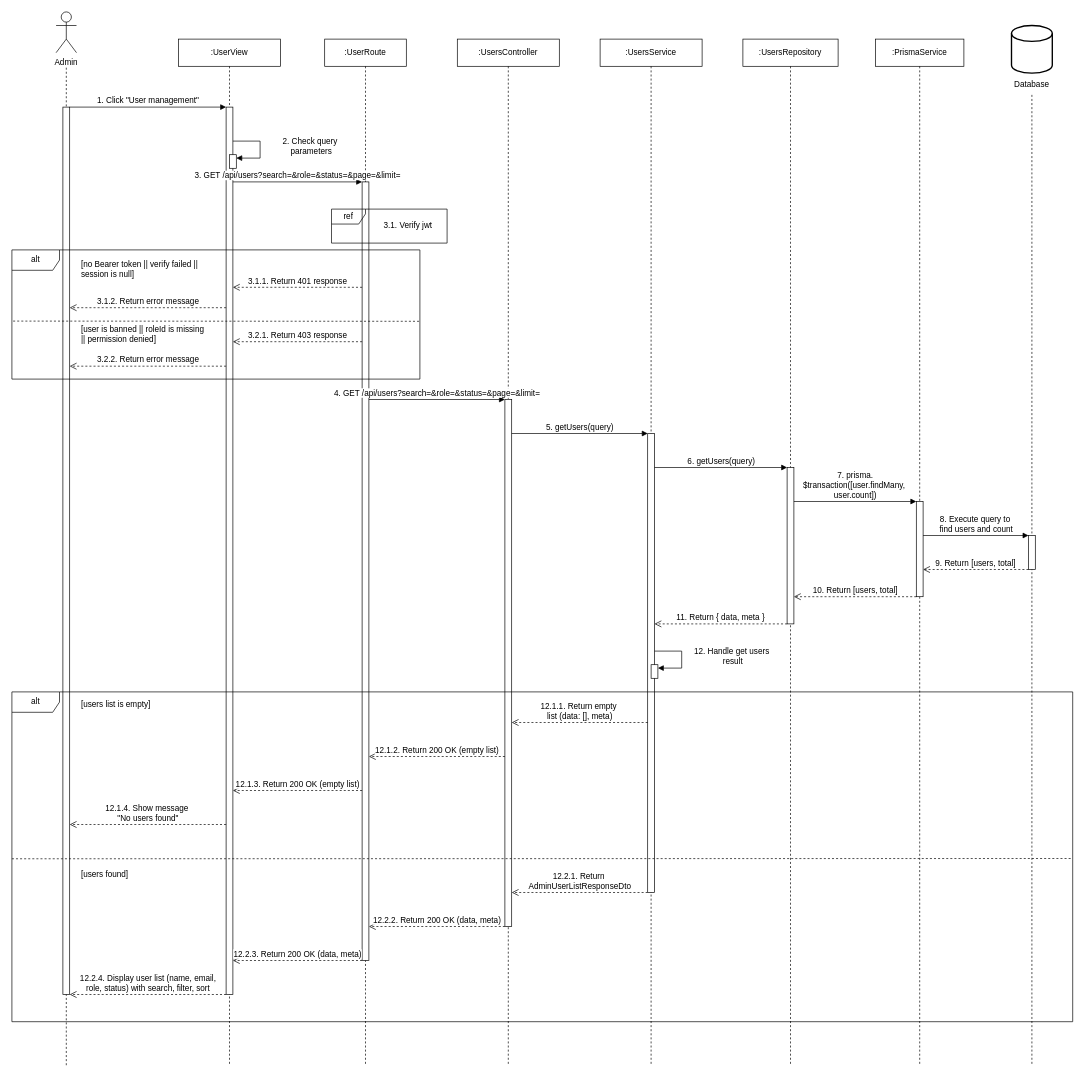
Earlier version of the draw.io diagram sequence-diagrams-remake/tthuan/UC-28.01-view-user-list.drawio (Thunggg/Frevia). Source tidied: cells renumbered, new cells numbered last; positions are measured from the earlier drawing's top-left corner, leaving out a move shared by most shapes. Both pictures are drawn from the tidied source at 68%, with x=0, y=0 at pixel (12, 12).
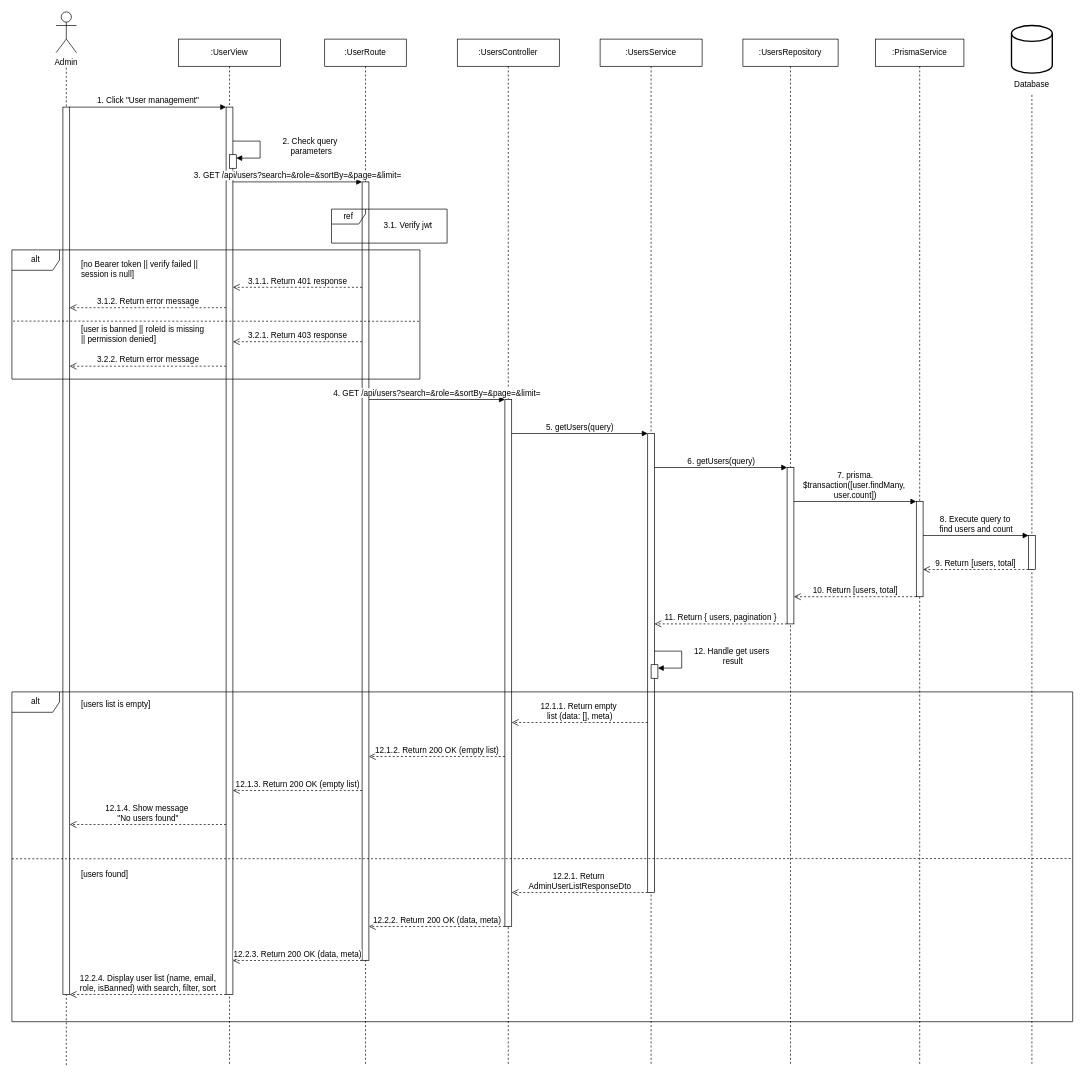
Above is the later version.

What changed in the source:
```diff
@@
-    <mxCell id="24" value="3. GET /api/users?search=&amp;role=&amp;status=&amp;page=&amp;limit=" style="html=1;verticalAlign=bottom;endArrow=block;curved=0;rounded=0;fontSize=12;" parent="1" edge="1">
+    <mxCell id="24" value="3. GET /api/users?search=&amp;role=&amp;sortBy=&amp;page=&amp;limit=" style="html=1;verticalAlign=bottom;endArrow=block;curved=0;rounded=0;fontSize=12;" parent="1" edge="1">
       <mxGeometry relative="1" as="geometry">
         <mxPoint x="325" y="250" as="sourcePoint" />
         <mxPoint x="515" y="250" as="targetPoint" />
       </mxGeometry>
     </mxCell>
@@
-    <mxCell id="35" value="4. GET /api/users?search=&amp;role=&amp;status=&amp;page=&amp;limit=" style="html=1;verticalAlign=bottom;endArrow=block;curved=0;rounded=0;fontSize=12;" parent="1" edge="1">
+    <mxCell id="35" value="4. GET /api/users?search=&amp;role=&amp;sortBy=&amp;page=&amp;limit=" style="html=1;verticalAlign=bottom;endArrow=block;curved=0;rounded=0;fontSize=12;" parent="1" edge="1">
       <mxGeometry relative="1" as="geometry">
         <mxPoint x="525" y="570" as="sourcePoint" />
         <mxPoint x="725" y="570" as="targetPoint" />
       </mxGeometry>
     </mxCell>
@@
-    <mxCell id="42" value="11. Return { data, meta }" style="html=1;verticalAlign=bottom;endArrow=open;dashed=1;endSize=8;curved=0;rounded=0;fontSize=12;" parent="1" edge="1">
+    <mxCell id="42" value="11. Return { users, pagination }" style="html=1;verticalAlign=bottom;endArrow=open;dashed=1;endSize=8;curved=0;rounded=0;fontSize=12;" parent="1" edge="1">
       <mxGeometry relative="1" as="geometry">
         <mxPoint x="1140" y="900" as="sourcePoint" />
         <mxPoint x="945" y="900" as="targetPoint" />
       </mxGeometry>
     </mxCell>
@@
-    <mxCell id="56" value="12.2.4. Display user list (name, email,&lt;br&gt;role, status) with search, filter, sort" style="html=1;verticalAlign=bottom;endArrow=open;dashed=1;endSize=8;curved=0;rounded=0;fontSize=12;" parent="1" edge="1">
+    <mxCell id="56" value="12.2.4. Display user list (name, email,&lt;br&gt;role, isBanned) with search, filter, sort" style="html=1;verticalAlign=bottom;endArrow=open;dashed=1;endSize=8;curved=0;rounded=0;fontSize=12;" parent="1" edge="1">
       <mxGeometry relative="1" as="geometry">
         <mxPoint x="315" y="1445" as="sourcePoint" />
         <mxPoint x="85" y="1445" as="targetPoint" />
       </mxGeometry>
     </mxCell>
```
